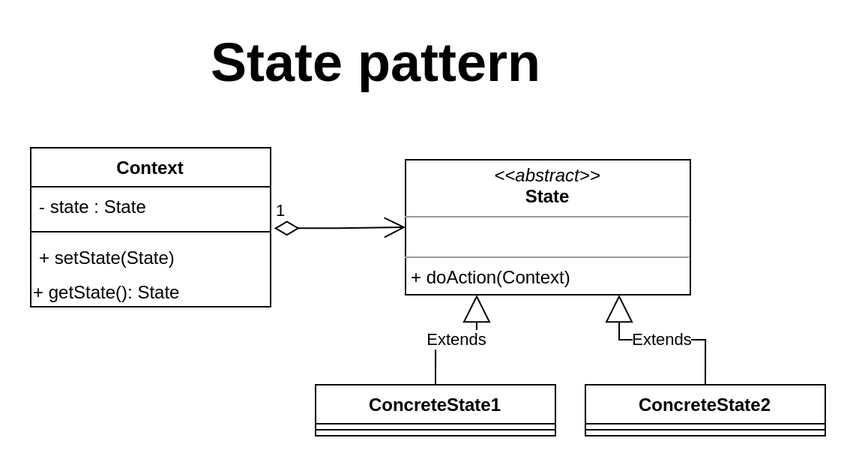
Above: Behavioral patterns/State pattern/example/exampleDiagram.png in MarwanGalal746/Design-patterns (draw.io), before the change. Source tidied: cells renumbered, new cells last; positions are measured from the earlier drawing's top-left corner, leaving out a move shared by most shapes.
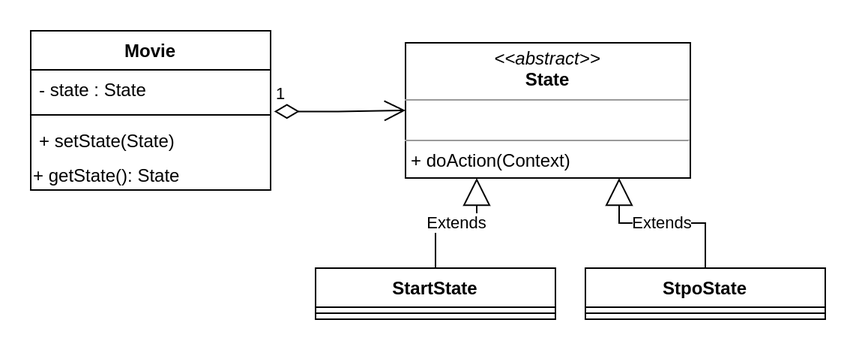
The same diagram one commit later.

Diff of the diagram source:
```diff
@@ -5,13 +5,13 @@
     <mxCell id="2" value="&lt;p style=&quot;margin: 0px ; margin-top: 4px ; text-align: center&quot;&gt;&lt;i&gt;&amp;lt;&amp;lt;abstract&amp;gt;&amp;gt;&lt;/i&gt;&lt;br&gt;&lt;b&gt;State&lt;/b&gt;&lt;/p&gt;&lt;hr size=&quot;1&quot;&gt;&lt;p style=&quot;margin: 0px ; margin-left: 4px&quot;&gt;&lt;br&gt;&lt;/p&gt;&lt;hr size=&quot;1&quot;&gt;&lt;p style=&quot;margin: 0px ; margin-left: 4px&quot;&gt;+ doAction(Context)&lt;br&gt;&lt;/p&gt;" style="verticalAlign=top;align=left;overflow=fill;fontSize=12;fontFamily=Helvetica;html=1;" parent="1" vertex="1">
       <mxGeometry x="250" y="80" width="190" height="90" as="geometry" />
     </mxCell>
-    <mxCell id="3" value="ConcreteState1" style="swimlane;fontStyle=1;align=center;verticalAlign=top;horizontal=1;startSize=26;" parent="1" vertex="1">
+    <mxCell id="3" value="StartState" style="swimlane;fontStyle=1;align=center;verticalAlign=top;horizontal=1;startSize=26;" parent="1" vertex="1">
       <mxGeometry x="190" y="230" width="160" height="34" as="geometry" />
     </mxCell>
     <mxCell id="4" style="line;strokeWidth=1;fillColor=none;align=left;verticalAlign=middle;spacingTop=-1;spacingLeft=3;spacingRight=3;labelPosition=right;" parent="3" vertex="1">
       <mxGeometry y="26" width="160" height="8" as="geometry" />
     </mxCell>
-    <mxCell id="5" value="ConcreteState2" style="swimlane;fontStyle=1;align=center;verticalAlign=top;horizontal=1;startSize=26;" parent="1" vertex="1">
+    <mxCell id="5" value="StpoState" style="swimlane;fontStyle=1;align=center;verticalAlign=top;horizontal=1;startSize=26;" parent="1" vertex="1">
       <mxGeometry x="370" y="230" width="160" height="34" as="geometry" />
     </mxCell>
     <mxCell id="6" style="line;strokeWidth=1;fillColor=none;align=left;verticalAlign=middle;spacingTop=-1;spacingLeft=3;spacingRight=3;labelPosition=right;" parent="5" vertex="1">
@@ -23,7 +23,7 @@
     <mxCell id="8" value="Extends" style="endArrow=block;endSize=16;endFill=0;html=1;rounded=0;edgeStyle=orthogonalEdgeStyle;entryX=0.75;entryY=1;entryDx=0;entryDy=0;exitX=0.5;exitY=0;exitDx=0;exitDy=0;" parent="1" edge="1" source="5" target="2">
       <mxGeometry relative="1" as="geometry" />
     </mxCell>
-    <mxCell id="9" value="Context" style="swimlane;fontStyle=1;align=center;verticalAlign=top;horizontal=1;startSize=26;" parent="1" vertex="1">
+    <mxCell id="9" value="Movie" style="swimlane;fontStyle=1;align=center;verticalAlign=top;horizontal=1;startSize=26;" parent="1" vertex="1">
       <mxGeometry y="72" width="160" height="106" as="geometry" />
     </mxCell>
     <mxCell id="10" value="- state : State" style="text;strokeColor=none;fillColor=none;align=left;verticalAlign=top;spacingLeft=4;spacingRight=4;overflow=hidden;points=[[0,0.5],[1,0.5]];portConstraint=eastwest;" parent="9" vertex="1">
@@ -41,8 +41,5 @@
     <mxCell id="14" value="1" style="endArrow=open;html=1;endSize=12;startArrow=diamondThin;startSize=14;startFill=0;edgeStyle=orthogonalEdgeStyle;align=left;verticalAlign=bottom;rounded=0;entryX=0;entryY=0.5;entryDx=0;entryDy=0;exitX=1.015;exitY=1.065;exitDx=0;exitDy=0;exitPerimeter=0;" parent="1" edge="1" source="10" target="2">
       <mxGeometry x="-1" y="3" relative="1" as="geometry" />
     </mxCell>
-    <mxCell id="15" value="&lt;b&gt;&lt;font style=&quot;font-size: 36px&quot;&gt;State pattern&lt;/font&gt;&lt;/b&gt;" style="text;html=1;align=center;verticalAlign=middle;strokeColor=none;fillColor=none;" parent="1" vertex="1">
-      <mxGeometry x="110" width="240" height="30" as="geometry" />
-    </mxCell>
   </root>
 </mxGraphModel>
```
